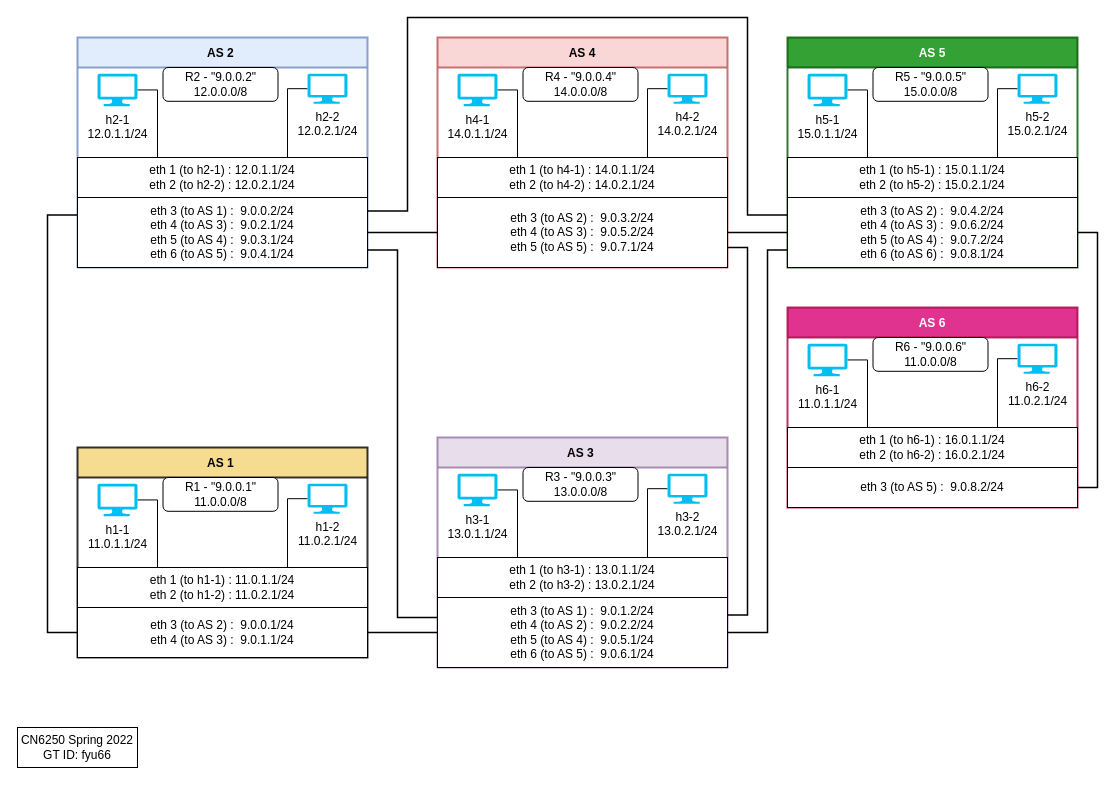
Above: data/Untitled Diagram.drawio in whyufeng/term2project1 (draw.io), before the change. Source tidied: cells renumbered, new cells numbered last; positions are measured from the earlier drawing's top-left corner, leaving out a move shared by most shapes. Both pictures are drawn from the tidied source at 100%, with x=0, y=0 at pixel (17, 17).
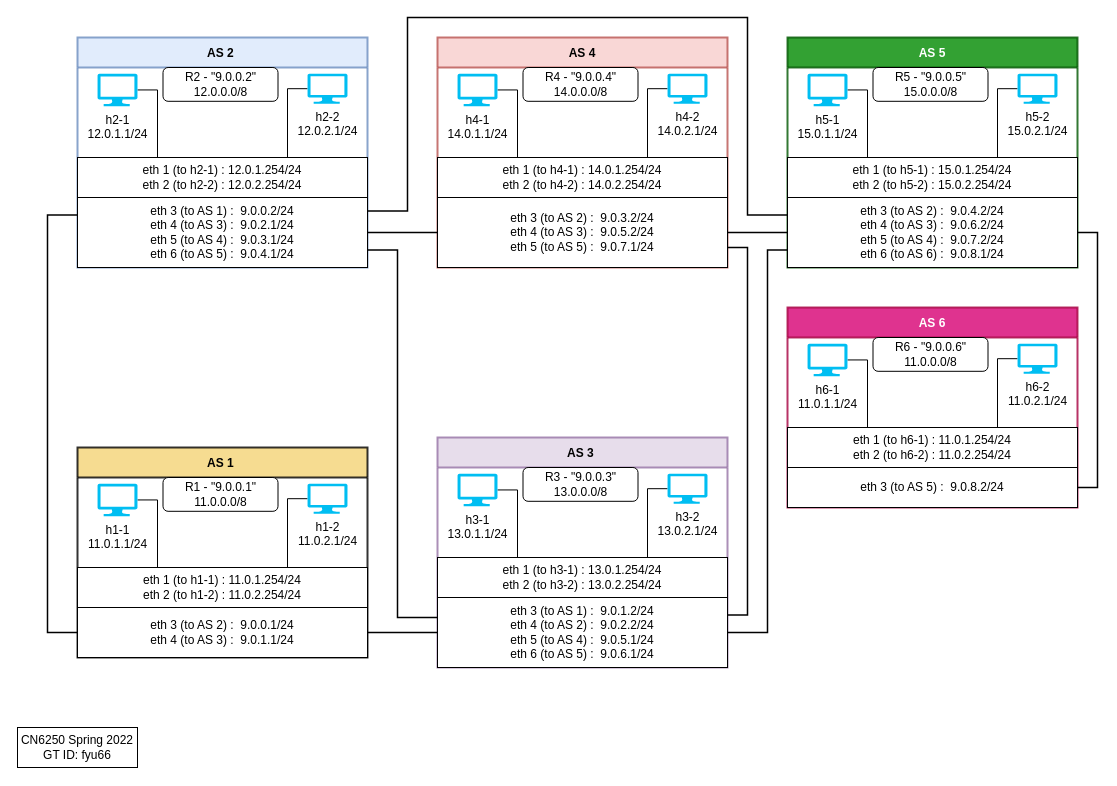
After the change.

Unchanged cells that the change refers to:
```xml
<mxCell id="2" value="AS 1 " style="swimlane;rounded=0;shadow=0;glass=0;fillColor=#f4d476;gradientColor=none;opacity=80;strokeWidth=2;startSize=30;" parent="1" vertex="1">
  <mxGeometry x="60" y="430" width="290" height="210" as="geometry" />
</mxCell>
<mxCell id="10" value="AS 2 " style="swimlane;rounded=0;shadow=0;glass=0;fillColor=#dae8fc;opacity=80;strokeWidth=2;startSize=30;strokeColor=#6c8ebf;" parent="1" vertex="1">
  <mxGeometry x="60" y="20" width="290" height="230" as="geometry" />
</mxCell>
<mxCell id="19" value="AS 3 " style="swimlane;rounded=0;shadow=0;glass=0;fillColor=#e1d5e7;opacity=80;strokeWidth=2;startSize=30;strokeColor=#9673a6;" parent="1" vertex="1">
  <mxGeometry x="420" y="420" width="290" height="230" as="geometry" />
</mxCell>
<mxCell id="29" value="AS 4" style="swimlane;rounded=0;shadow=0;glass=0;fillColor=#f8cecc;opacity=80;strokeWidth=2;startSize=30;strokeColor=#b85450;" parent="1" vertex="1">
  <mxGeometry x="420" y="20" width="290" height="230" as="geometry" />
</mxCell>
<mxCell id="37" value="AS 5" style="swimlane;rounded=0;shadow=0;glass=0;fillColor=#008a00;opacity=80;strokeWidth=2;startSize=30;strokeColor=#005700;fontColor=#ffffff;" parent="1" vertex="1">
  <mxGeometry x="770" y="20" width="290" height="230" as="geometry" />
</mxCell>
<mxCell id="49" value="AS 6" style="swimlane;rounded=0;shadow=0;glass=0;fillColor=#d80073;opacity=80;strokeWidth=2;startSize=30;strokeColor=#A50040;fontColor=#ffffff;" parent="1" vertex="1">
  <mxGeometry x="770" y="290" width="290" height="200" as="geometry" />
</mxCell>
```

The edit, as a diff of the source:
```diff
@@
-    <mxCell id="3" value="eth 1 (to h1-1) :&amp;nbsp;11.0.1.1/24&lt;br&gt;eth 2 (to h1-2) : 11.0.2.1/24" style="rounded=0;whiteSpace=wrap;html=1;" parent="2" vertex="1">
+    <mxCell id="3" value="eth 1 (to h1-1) :&amp;nbsp;11.0.1.254/24&lt;br&gt;eth 2 (to h1-2) : 11.0.2.254/24" style="rounded=0;whiteSpace=wrap;html=1;" parent="2" vertex="1">
       <mxGeometry y="120" width="290" height="40" as="geometry" />
     </mxCell>
@@
-    <mxCell id="11" value="eth 1 (to h2-1) :&amp;nbsp;12.0.1.1/24&lt;br&gt;eth 2 (to h2-2) : 12.0.2.1/24" style="rounded=0;whiteSpace=wrap;html=1;" parent="10" vertex="1">
+    <mxCell id="11" value="eth 1 (to h2-1) :&amp;nbsp;12.0.1.254/24&lt;br&gt;eth 2 (to h2-2) : 12.0.2.254/24" style="rounded=0;whiteSpace=wrap;html=1;" parent="10" vertex="1">
       <mxGeometry y="120" width="290" height="40" as="geometry" />
     </mxCell>
@@
-    <mxCell id="20" value="eth 1 (to h3-1) :&amp;nbsp;13.0.1.1/24&lt;br&gt;eth 2 (to h3-2) : 13.0.2.1/24" style="rounded=0;whiteSpace=wrap;html=1;" parent="19" vertex="1">
+    <mxCell id="20" value="eth 1 (to h3-1) :&amp;nbsp;13.0.1.254/24&lt;br&gt;eth 2 (to h3-2) : 13.0.2.254/24" style="rounded=0;whiteSpace=wrap;html=1;" parent="19" vertex="1">
       <mxGeometry y="120" width="290" height="40" as="geometry" />
     </mxCell>
@@
-    <mxCell id="30" value="eth 1 (to h4-1) :&amp;nbsp;14.0.1.1/24&lt;br&gt;eth 2 (to h4-2) : 14.0.2.1/24" style="rounded=0;whiteSpace=wrap;html=1;" parent="29" vertex="1">
+    <mxCell id="30" value="eth 1 (to h4-1) :&amp;nbsp;14.0.1.254/24&lt;br&gt;eth 2 (to h4-2) : 14.0.2.254/24" style="rounded=0;whiteSpace=wrap;html=1;" parent="29" vertex="1">
       <mxGeometry y="120" width="290" height="40" as="geometry" />
     </mxCell>
@@
-    <mxCell id="38" value="eth 1 (to h5-1) :&amp;nbsp;15.0.1.1/24&lt;br&gt;eth 2 (to h5-2) : 15.0.2.1/24" style="rounded=0;whiteSpace=wrap;html=1;" parent="37" vertex="1">
+    <mxCell id="38" value="eth 1 (to h5-1) :&amp;nbsp;15.0.1.254/24&lt;br&gt;eth 2 (to h5-2) : 15.0.2.254/24" style="rounded=0;whiteSpace=wrap;html=1;" parent="37" vertex="1">
       <mxGeometry y="120" width="290" height="40" as="geometry" />
     </mxCell>
@@
-    <mxCell id="50" value="eth 1 (to h6-1) :&amp;nbsp;16.0.1.1/24&lt;br&gt;eth 2 (to h6-2) : 16.0.2.1/24" style="rounded=0;whiteSpace=wrap;html=1;" parent="49" vertex="1">
+    <mxCell id="50" value="eth 1 (to h6-1) :&amp;nbsp;11.0.1.254/24&lt;br&gt;eth 2 (to h6-2) : 11.0.2.254/24" style="rounded=0;whiteSpace=wrap;html=1;" parent="49" vertex="1">
       <mxGeometry y="120" width="290" height="40" as="geometry" />
     </mxCell>
```
